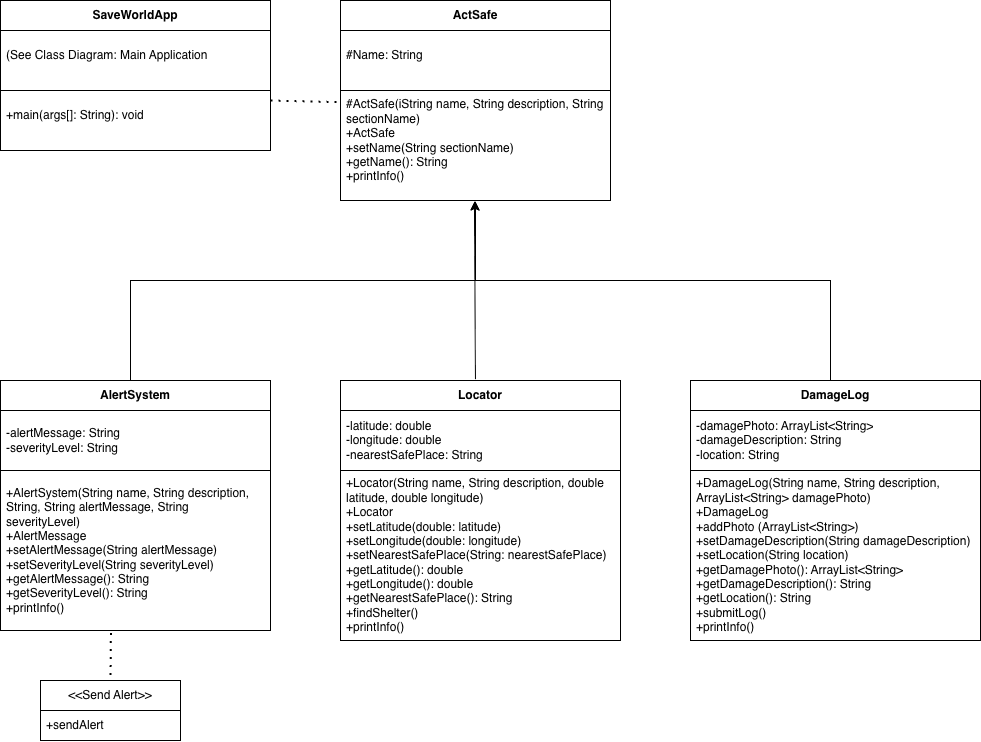
This is ActSafe.png from Namuun612/OOP2025, a draw.io export, as it was before one commit. Source tidied: cells renumbered, new cells last; positions are measured from the earlier drawing's top-left corner, leaving out a move shared by most shapes.
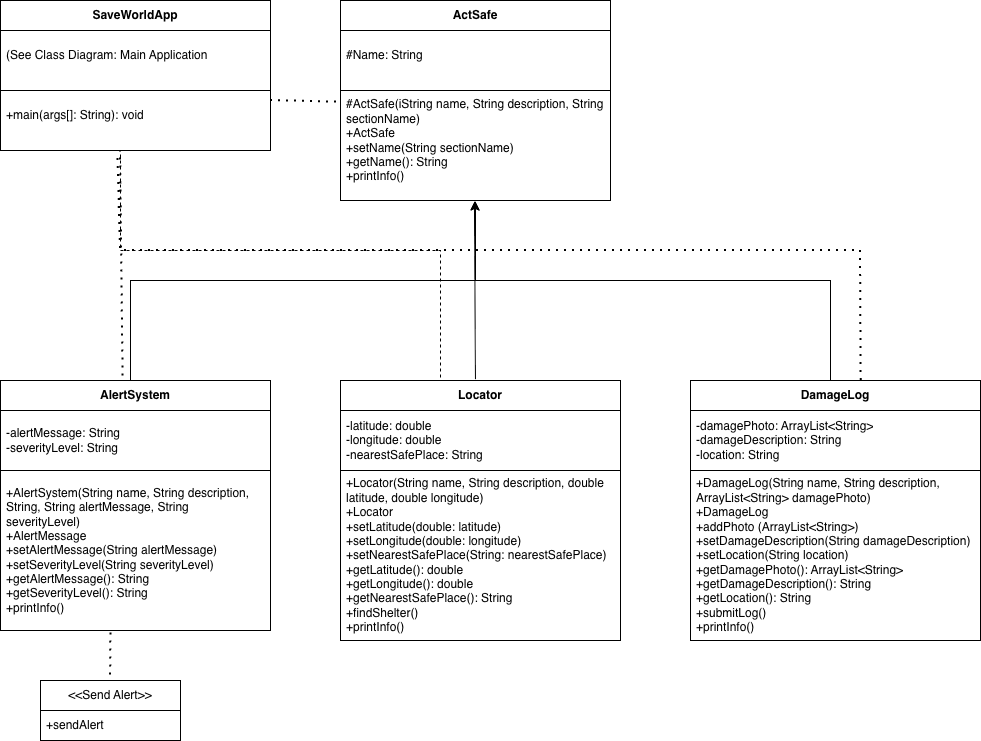
After the change.

Change to the diagram source:
```diff
@@ -96,5 +96,29 @@
         <mxPoint x="270" y="100" as="sourcePoint" />
       </mxGeometry>
     </mxCell>
+    <mxCell id="29" style="endArrow=none;dashed=1;html=1;dashPattern=1 3;strokeWidth=2;rounded=0;exitX=0.454;exitY=-0.05;exitDx=0;exitDy=0;exitPerimeter=0;" parent="1" edge="1" source="9">
+      <mxGeometry relative="1" as="geometry">
+        <mxPoint x="120" y="150" as="targetPoint" />
+      </mxGeometry>
+    </mxCell>
+    <mxCell id="30" style="endArrow=none;dashed=1;html=1;rounded=0;" parent="1" edge="1">
+      <mxGeometry relative="1" as="geometry">
+        <mxPoint x="440" y="377" as="sourcePoint" />
+        <mxPoint x="120" y="150" as="targetPoint" />
+        <Array as="points">
+          <mxPoint x="440" y="250" />
+          <mxPoint x="120" y="250" />
+        </Array>
+      </mxGeometry>
+    </mxCell>
+    <mxCell id="31" style="endArrow=none;dashed=1;html=1;dashPattern=1 3;strokeWidth=2;rounded=0;exitX=0.416;exitY=-0.039;exitDx=0;exitDy=0;exitPerimeter=0;entryX=0.435;entryY=1.05;entryDx=0;entryDy=0;entryPerimeter=0;" parent="1" edge="1" target="26">
+      <mxGeometry relative="1" as="geometry">
+        <mxPoint x="860.6" y="380" as="sourcePoint" />
+        <Array as="points">
+          <mxPoint x="860" y="250" />
+          <mxPoint x="120" y="250" />
+        </Array>
+      </mxGeometry>
+    </mxCell>
   </root>
 </mxGraphModel>
```
